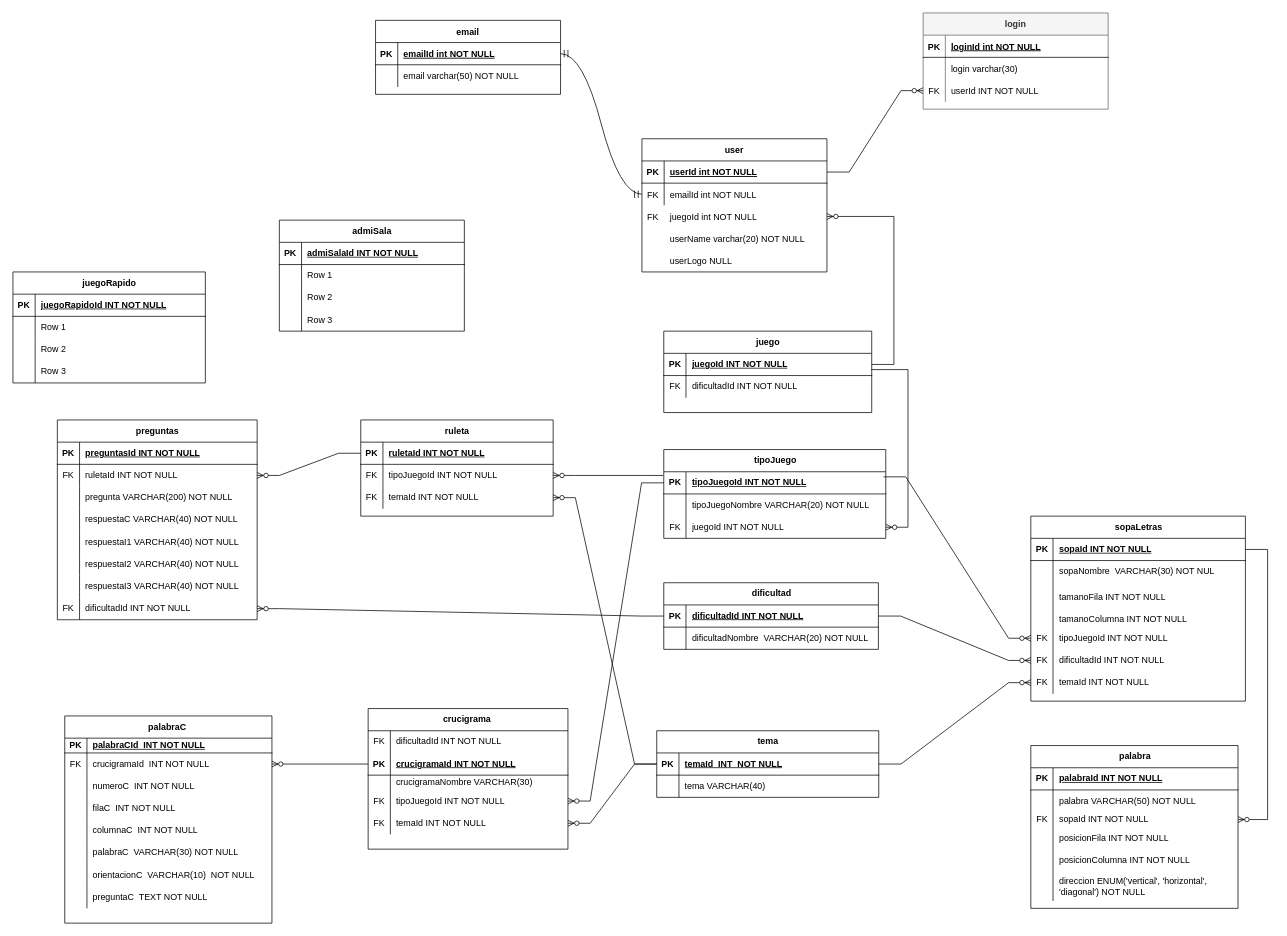
Above: img/Diagrama sin título.drawio in MasacradorM/juegoConjuntos (draw.io), before the change. Source tidied: cells renumbered, new cells numbered last; positions are measured from the earlier drawing's top-left corner, leaving out a move shared by most shapes. Both pictures are drawn from the tidied source at 74%, with x=0, y=0 at pixel (13, 13).
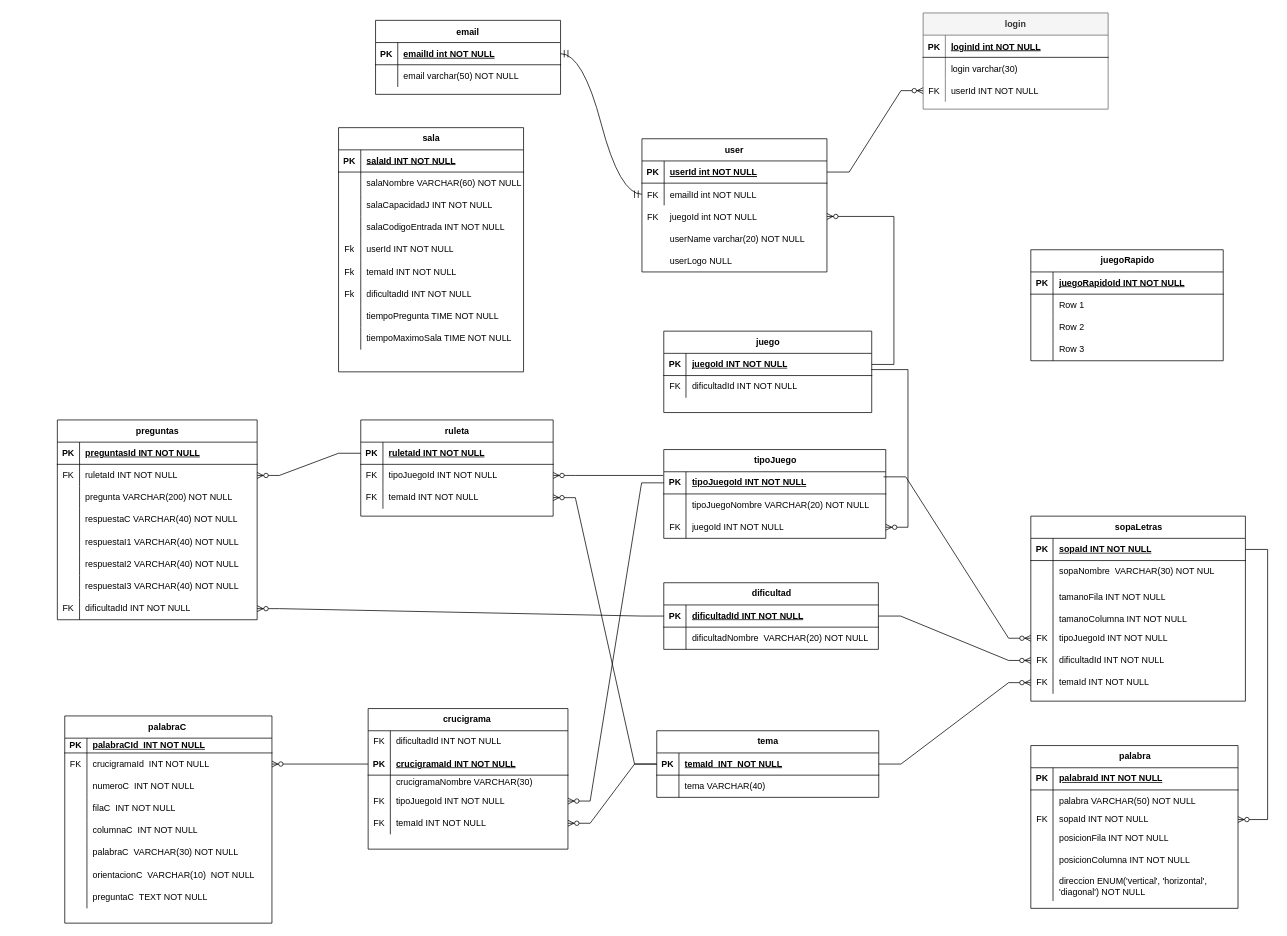
Above is the later version.

The change refers to these unchanged cells:
```xml
<mxCell id="208" style="shape=tableRow;horizontal=0;startSize=0;swimlaneHead=0;swimlaneBody=0;fillColor=none;top=0;left=0;right=0;bottom=1;" parent="207" vertex="1">
  <mxGeometry y="30" width="250" height="30" as="geometry" />
</mxCell>
<mxCell id="211" style="shape=tableRow;horizontal=0;startSize=0;swimlaneHead=0;swimlaneBody=0;fillColor=none;top=0;left=0;right=0;bottom=0;" parent="207" vertex="1">
  <mxGeometry y="60" width="250" height="30" as="geometry" />
</mxCell>
<mxCell id="214" style="shape=tableRow;horizontal=0;startSize=0;swimlaneHead=0;swimlaneBody=0;fillColor=none;top=0;left=0;right=0;bottom=0;" parent="207" vertex="1">
  <mxGeometry y="90" width="250" height="30" as="geometry" />
</mxCell>
<mxCell id="217" style="shape=tableRow;horizontal=0;startSize=0;swimlaneHead=0;swimlaneBody=0;fillColor=none;top=0;left=0;right=0;bottom=0;" parent="207" vertex="1">
  <mxGeometry y="120" width="250" height="30" as="geometry" />
</mxCell>
```

Change to the diagram source:
```diff
@@
     <mxCell id="194" value="juegoRapido" style="shape=table;startSize=30;childLayout=tableLayout;rowLines=0;fontStyle=1;align=center;html=1;" parent="1" vertex="1">
-      <mxGeometry y="350" width="260" height="150" as="geometry" />
+      <mxGeometry x="1375.5" y="320" width="260" height="150" as="geometry" />
     </mxCell>
@@
-    <mxCell id="207" value="admiSala" style="shape=table;startSize=30;childLayout=tableLayout;rowLines=0;fontStyle=1;align=center;html=1;" parent="1" vertex="1">
-      <mxGeometry x="360" y="280" width="250" height="150" as="geometry" />
+    <mxCell id="207" value="sala" style="shape=table;startSize=30;childLayout=tableLayout;rowLines=0;fontStyle=1;align=center;html=1;" parent="1" vertex="1">
+      <mxGeometry x="440" y="155" width="250" height="330" as="geometry" />
     </mxCell>
@@
-    <mxCell id="210" value="admiSalaId INT NOT NULL" style="shape=partialRectangle;fillColor=none;top=0;left=0;bottom=0;right=0;align=left;spacingLeft=6;fontStyle=5;overflow=hidden;whiteSpace=wrap;html=1;" parent="208" vertex="1">
+    <mxCell id="210" value="salaId INT NOT NULL" style="shape=partialRectangle;fillColor=none;top=0;left=0;bottom=0;right=0;align=left;spacingLeft=6;fontStyle=5;overflow=hidden;whiteSpace=wrap;html=1;" parent="208" vertex="1">
       <mxGeometry x="30" width="220" height="30" as="geometry" />
     </mxCell>
@@
-    <mxCell id="213" value="Row 1" style="shape=partialRectangle;fillColor=none;top=0;left=0;bottom=0;right=0;align=left;spacingLeft=6;overflow=hidden;whiteSpace=wrap;html=1;" parent="211" vertex="1">
+    <mxCell id="213" value="salaNombre VARCHAR(60) NOT NULL" style="shape=partialRectangle;fillColor=none;top=0;left=0;bottom=0;right=0;align=left;spacingLeft=6;overflow=hidden;whiteSpace=wrap;html=1;" parent="211" vertex="1">
       <mxGeometry x="30" width="220" height="30" as="geometry" />
     </mxCell>
@@
-    <mxCell id="216" value="Row 2" style="shape=partialRectangle;fillColor=none;top=0;left=0;bottom=0;right=0;align=left;spacingLeft=6;overflow=hidden;whiteSpace=wrap;html=1;" parent="214" vertex="1">
+    <mxCell id="216" value="salaCapacidadJ INT NOT NULL" style="shape=partialRectangle;fillColor=none;top=0;left=0;bottom=0;right=0;align=left;spacingLeft=6;overflow=hidden;whiteSpace=wrap;html=1;" parent="214" vertex="1">
       <mxGeometry x="30" width="220" height="30" as="geometry" />
     </mxCell>
@@
-    <mxCell id="219" value="Row 3" style="shape=partialRectangle;fillColor=none;top=0;left=0;bottom=0;right=0;align=left;spacingLeft=6;overflow=hidden;whiteSpace=wrap;html=1;" parent="217" vertex="1">
+    <mxCell id="219" value="salaCodigoEntrada INT NOT NULL" style="shape=partialRectangle;fillColor=none;top=0;left=0;bottom=0;right=0;align=left;spacingLeft=6;overflow=hidden;whiteSpace=wrap;html=1;" parent="217" vertex="1">
       <mxGeometry x="30" width="220" height="30" as="geometry" />
     </mxCell>
+    <mxCell id="220" style="shape=tableRow;horizontal=0;startSize=0;swimlaneHead=0;swimlaneBody=0;fillColor=none;top=0;left=0;right=0;bottom=0;" parent="207" vertex="1">
+      <mxGeometry y="150" width="250" height="30" as="geometry" />
+    </mxCell>
+    <mxCell id="221" value="Fk" style="shape=partialRectangle;fillColor=none;top=0;left=0;bottom=0;right=0;overflow=hidden;whiteSpace=wrap;html=1;" parent="220" vertex="1">
+      <mxGeometry width="30" height="30" as="geometry" />
+    </mxCell>
+    <mxCell id="222" value="userId INT NOT NULL" style="shape=partialRectangle;fillColor=none;top=0;left=0;bottom=0;right=0;align=left;spacingLeft=6;overflow=hidden;whiteSpace=wrap;html=1;" parent="220" vertex="1">
+      <mxGeometry x="30" width="220" height="30" as="geometry" />
+    </mxCell>
+    <mxCell id="223" style="shape=tableRow;horizontal=0;startSize=0;swimlaneHead=0;swimlaneBody=0;fillColor=none;top=0;left=0;right=0;bottom=0;" parent="207" vertex="1">
+      <mxGeometry y="180" width="250" height="30" as="geometry" />
+    </mxCell>
+    <mxCell id="224" value="Fk" style="shape=partialRectangle;fillColor=none;top=0;left=0;bottom=0;right=0;overflow=hidden;whiteSpace=wrap;html=1;" parent="223" vertex="1">
+      <mxGeometry width="30" height="30" as="geometry" />
+    </mxCell>
+    <mxCell id="225" value="temaId INT NOT NULL" style="shape=partialRectangle;fillColor=none;top=0;left=0;bottom=0;right=0;align=left;spacingLeft=6;overflow=hidden;whiteSpace=wrap;html=1;" parent="223" vertex="1">
+      <mxGeometry x="30" width="220" height="30" as="geometry" />
+    </mxCell>
+    <mxCell id="226" style="shape=tableRow;horizontal=0;startSize=0;swimlaneHead=0;swimlaneBody=0;fillColor=none;top=0;left=0;right=0;bottom=0;" parent="207" vertex="1">
+      <mxGeometry y="210" width="250" height="30" as="geometry" />
+    </mxCell>
+    <mxCell id="227" value="Fk" style="shape=partialRectangle;fillColor=none;top=0;left=0;bottom=0;right=0;overflow=hidden;whiteSpace=wrap;html=1;" parent="226" vertex="1">
+      <mxGeometry width="30" height="30" as="geometry" />
+    </mxCell>
+    <mxCell id="228" value="dificultadId INT NOT NULL" style="shape=partialRectangle;fillColor=none;top=0;left=0;bottom=0;right=0;align=left;spacingLeft=6;overflow=hidden;whiteSpace=wrap;html=1;" parent="226" vertex="1">
+      <mxGeometry x="30" width="220" height="30" as="geometry" />
+    </mxCell>
+    <mxCell id="229" style="shape=tableRow;horizontal=0;startSize=0;swimlaneHead=0;swimlaneBody=0;fillColor=none;top=0;left=0;right=0;bottom=0;" parent="207" vertex="1">
+      <mxGeometry y="240" width="250" height="30" as="geometry" />
+    </mxCell>
+    <mxCell id="230" style="shape=partialRectangle;fillColor=none;top=0;left=0;bottom=0;right=0;overflow=hidden;whiteSpace=wrap;html=1;" parent="229" vertex="1">
+      <mxGeometry width="30" height="30" as="geometry" />
+    </mxCell>
+    <mxCell id="231" value="tiempoPregunta TIME NOT NULL" style="shape=partialRectangle;fillColor=none;top=0;left=0;bottom=0;right=0;align=left;spacingLeft=6;overflow=hidden;whiteSpace=wrap;html=1;" parent="229" vertex="1">
+      <mxGeometry x="30" width="220" height="30" as="geometry" />
+    </mxCell>
+    <mxCell id="232" style="shape=tableRow;horizontal=0;startSize=0;swimlaneHead=0;swimlaneBody=0;fillColor=none;top=0;left=0;right=0;bottom=0;" parent="207" vertex="1">
+      <mxGeometry y="270" width="250" height="30" as="geometry" />
+    </mxCell>
+    <mxCell id="233" style="shape=partialRectangle;fillColor=none;top=0;left=0;bottom=0;right=0;overflow=hidden;whiteSpace=wrap;html=1;" parent="232" vertex="1">
+      <mxGeometry width="30" height="30" as="geometry" />
+    </mxCell>
+    <mxCell id="234" value="tiempoMaximoSala TIME NOT NULL" style="shape=partialRectangle;fillColor=none;top=0;left=0;bottom=0;right=0;align=left;spacingLeft=6;overflow=hidden;whiteSpace=wrap;html=1;" parent="232" vertex="1">
+      <mxGeometry x="30" width="220" height="30" as="geometry" />
+    </mxCell>
```
